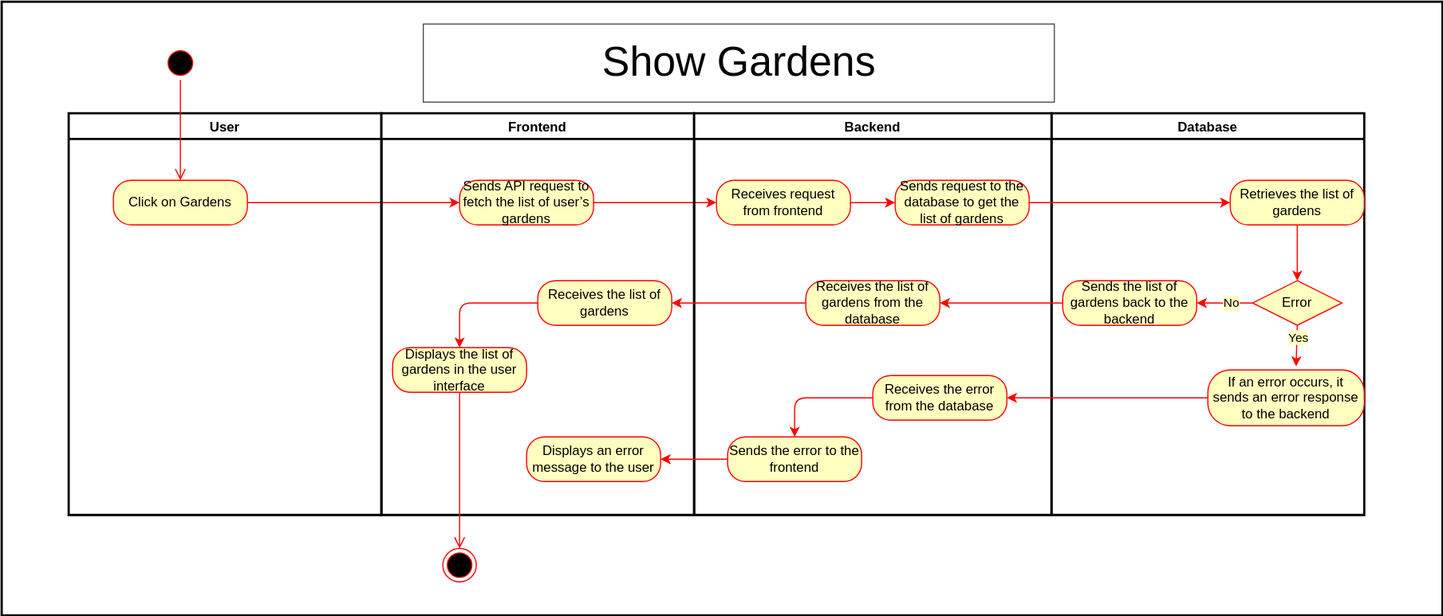
Before: docs/assets/svg/useCaseDiagrams/showGardens.drawio.svg, a diagram exported from draw.io (Green-Fingers-App/gardeningApp). Source tidied: cells renumbered, new cells last; positions are measured from the earlier drawing's top-left corner, leaving out a move shared by most shapes.
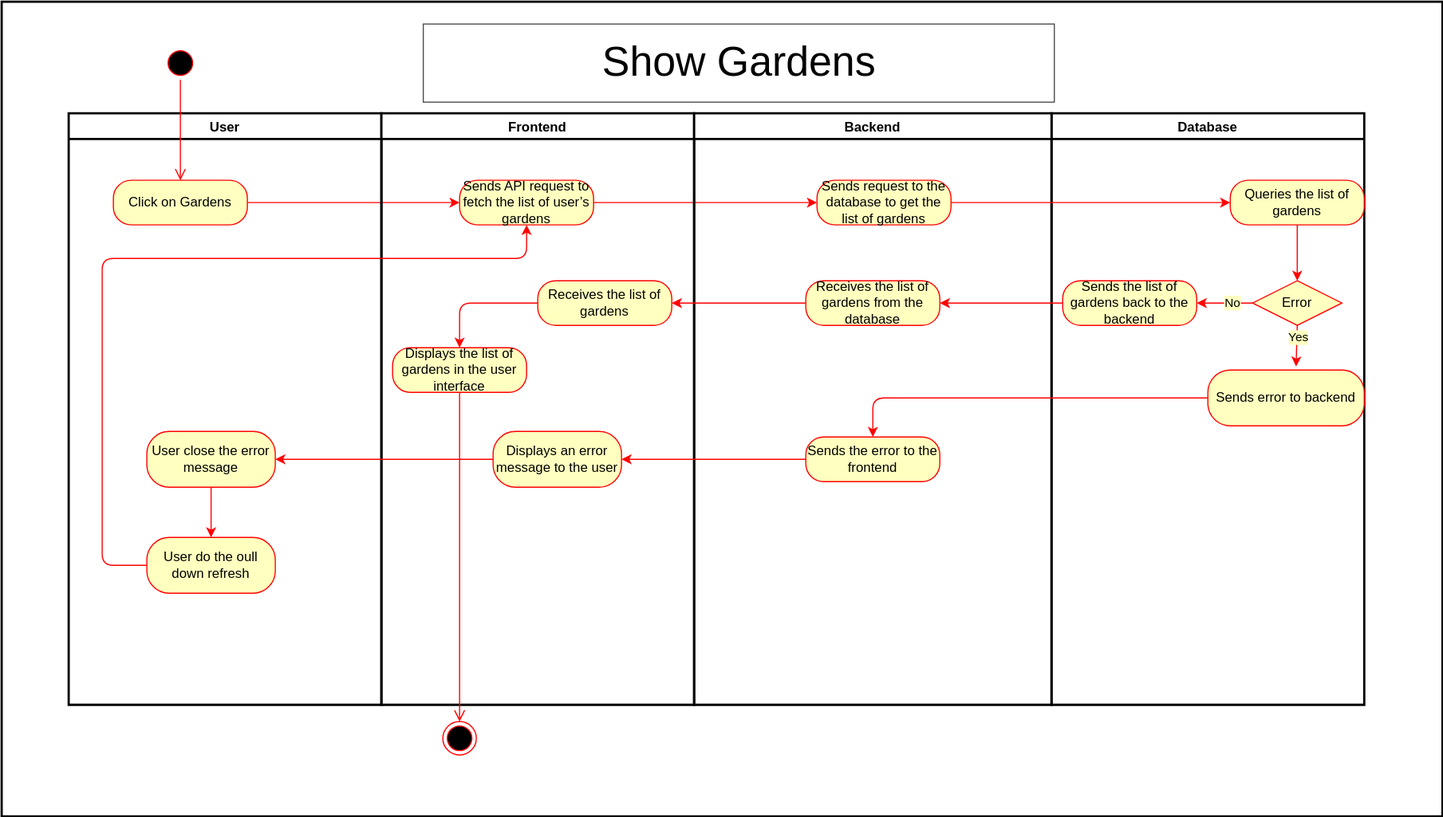
Above is the later version.

Change to the diagram source:
```diff
@@ -3,22 +3,22 @@
     <mxCell id="0" />
     <mxCell id="1" parent="0" />
     <mxCell id="2" style="whiteSpace=wrap;html=1;fillColor=#FFFFFF;strokeColor=#000000;strokeWidth=2;" parent="1" vertex="1">
-      <mxGeometry width="1290" height="550" as="geometry" />
+      <mxGeometry width="1290" height="730" as="geometry" />
     </mxCell>
     <mxCell id="3" style="edgeStyle=none;html=1;exitX=1;exitY=0.5;exitDx=0;exitDy=0;strokeColor=#FF0000;fontColor=#000000;" parent="1" edge="1" source="15" target="5">
       <mxGeometry relative="1" as="geometry" />
     </mxCell>
-    <mxCell id="4" style="edgeStyle=none;html=1;strokeColor=#FF0000;fontColor=#000000;" parent="1" edge="1" source="5" target="24">
+    <mxCell id="4" style="edgeStyle=none;html=1;strokeColor=#FF0000;fontColor=#000000;entryX=0;entryY=0.5;entryDx=0;entryDy=0;" parent="1" edge="1" source="5" target="21">
       <mxGeometry relative="1" as="geometry" />
     </mxCell>
     <mxCell id="5" value="Sends API request &lt;span class=&quot;hljs-keyword&quot;&gt;to&lt;/span&gt; fetch the list &lt;span class=&quot;hljs-keyword&quot;&gt;of&lt;/span&gt; user’s gardens" style="rounded=1;whiteSpace=wrap;html=1;arcSize=40;fontColor=#000000;fillColor=#ffffc0;strokeColor=#ff0000;" parent="1" vertex="1">
       <mxGeometry x="410" y="160" width="120" height="40" as="geometry" />
     </mxCell>
     <mxCell id="6" style="group;" parent="1" vertex="1">
-      <mxGeometry x="60" y="100" width="1160" height="360" as="geometry" />
+      <mxGeometry x="60" y="100" width="1160" height="530" as="geometry" />
     </mxCell>
     <mxCell id="7" value="Database" style="swimlane;strokeColor=#000000;strokeWidth=2;fillColor=#FFFFFF;fontColor=#000000;" parent="6" vertex="1">
-      <mxGeometry x="880" width="280" height="360" as="geometry" />
+      <mxGeometry x="880" width="280" height="530" as="geometry" />
     </mxCell>
     <mxCell id="8" style="edgeStyle=none;html=1;exitX=0;exitY=0.5;exitDx=0;exitDy=0;entryX=1;entryY=0.5;entryDx=0;entryDy=0;strokeColor=#FF0000;fontColor=#000000;" parent="7" edge="1" source="10" target="11">
       <mxGeometry relative="1" as="geometry" />
@@ -32,20 +32,23 @@
     <mxCell id="11" value="Sends the list &lt;span class=&quot;hljs-keyword&quot;&gt;of&lt;/span&gt; gardens back &lt;span class=&quot;hljs-keyword&quot;&gt;to&lt;/span&gt; the backend" style="rounded=1;whiteSpace=wrap;html=1;arcSize=40;fontColor=#000000;fillColor=#ffffc0;strokeColor=#ff0000;" parent="7" vertex="1">
       <mxGeometry x="10" y="150" width="120" height="40" as="geometry" />
     </mxCell>
-    <mxCell id="12" value="Retrieves the list &lt;span class=&quot;hljs-keyword&quot;&gt;of&lt;/span&gt; gardens" style="rounded=1;whiteSpace=wrap;html=1;arcSize=40;fontColor=#000000;fillColor=#ffffc0;strokeColor=#ff0000;" parent="7" vertex="1">
+    <mxCell id="12" value="Queries&amp;nbsp;the list &lt;span class=&quot;hljs-keyword&quot;&gt;of&lt;/span&gt; gardens" style="rounded=1;whiteSpace=wrap;html=1;arcSize=40;fontColor=#000000;fillColor=#ffffc0;strokeColor=#ff0000;" parent="7" vertex="1">
       <mxGeometry x="160" y="60" width="120" height="40" as="geometry" />
     </mxCell>
     <mxCell id="13" style="edgeStyle=none;html=1;exitX=0.5;exitY=1;exitDx=0;exitDy=0;entryX=0.5;entryY=0;entryDx=0;entryDy=0;strokeColor=#FF0000;fontColor=#000000;" parent="7" edge="1" source="12" target="10">
       <mxGeometry relative="1" as="geometry" />
     </mxCell>
     <mxCell id="14" value="User" style="swimlane;strokeColor=#000000;strokeWidth=2;fillColor=#FFFFFF;fontColor=#000000;" parent="6" vertex="1">
-      <mxGeometry width="280" height="360" as="geometry" />
+      <mxGeometry width="280" height="530" as="geometry" />
     </mxCell>
     <mxCell id="15" value="Click on Gardens" style="rounded=1;whiteSpace=wrap;html=1;arcSize=40;fontColor=#000000;fillColor=#ffffc0;strokeColor=#ff0000;" parent="14" vertex="1">
       <mxGeometry x="40" y="60" width="120" height="40" as="geometry" />
     </mxCell>
+    <mxCell id="42" value="User close the error message" style="rounded=1;whiteSpace=wrap;html=1;arcSize=40;fontColor=#000000;fillColor=#ffffc0;strokeColor=#ff0000;" parent="14" vertex="1">
+      <mxGeometry x="70" y="285" width="115" height="50" as="geometry" />
+    </mxCell>
     <mxCell id="16" value="Frontend" style="swimlane;strokeColor=#000000;strokeWidth=2;fillColor=#FFFFFF;fontColor=#000000;" parent="6" vertex="1">
-      <mxGeometry x="280" width="280" height="360" as="geometry" />
+      <mxGeometry x="280" width="280" height="530" as="geometry" />
     </mxCell>
     <mxCell id="17" style="edgeStyle=none;html=1;exitX=0;exitY=0.5;exitDx=0;exitDy=0;entryX=0.5;entryY=0;entryDx=0;entryDy=0;strokeColor=#FF0000;fontColor=#000000;" parent="16" edge="1" source="18" target="19">
       <mxGeometry relative="1" as="geometry">
@@ -60,24 +63,18 @@
     <mxCell id="19" value="Displays the list of gardens in the user interface" style="rounded=1;whiteSpace=wrap;html=1;arcSize=40;fontColor=#000000;fillColor=#ffffc0;strokeColor=#ff0000;" parent="16" vertex="1">
       <mxGeometry x="10" y="210" width="120" height="40" as="geometry" />
     </mxCell>
+    <mxCell id="33" value="Displays an error message to the user" style="rounded=1;whiteSpace=wrap;html=1;arcSize=40;fontColor=#000000;fillColor=#ffffc0;strokeColor=#ff0000;" parent="16" vertex="1">
+      <mxGeometry x="100" y="285" width="115" height="50" as="geometry" />
+    </mxCell>
     <mxCell id="20" value="Backend" style="swimlane;strokeColor=#000000;strokeWidth=2;fillColor=#FFFFFF;fontColor=#000000;" parent="6" vertex="1">
-      <mxGeometry x="560" width="320" height="360" as="geometry" />
+      <mxGeometry x="560" width="320" height="530" as="geometry" />
     </mxCell>
     <mxCell id="21" value="Sends request &lt;span class=&quot;hljs-keyword&quot;&gt;to&lt;/span&gt; the database &lt;span class=&quot;hljs-keyword&quot;&gt;to&lt;/span&gt; &lt;span class=&quot;hljs-keyword&quot;&gt;get&lt;/span&gt; the list &lt;span class=&quot;hljs-keyword&quot;&gt;of&lt;/span&gt; gardens" style="rounded=1;whiteSpace=wrap;html=1;arcSize=40;fontColor=#000000;fillColor=#ffffc0;strokeColor=#ff0000;" parent="20" vertex="1">
-      <mxGeometry x="180" y="60" width="120" height="40" as="geometry" />
+      <mxGeometry x="110" y="60" width="120" height="40" as="geometry" />
     </mxCell>
     <mxCell id="22" value="Receives the list &lt;span class=&quot;hljs-keyword&quot;&gt;of&lt;/span&gt; gardens &lt;span class=&quot;hljs-keyword&quot;&gt;from&lt;/span&gt; the database" style="rounded=1;whiteSpace=wrap;html=1;arcSize=40;fontColor=#000000;fillColor=#ffffc0;strokeColor=#ff0000;" parent="20" vertex="1">
       <mxGeometry x="100" y="150" width="120" height="40" as="geometry" />
     </mxCell>
-    <mxCell id="23" style="edgeStyle=none;html=1;exitX=1;exitY=0.5;exitDx=0;exitDy=0;entryX=0;entryY=0.5;entryDx=0;entryDy=0;strokeColor=#FF0000;fontColor=#000000;" parent="20" edge="1" source="24" target="21">
-      <mxGeometry relative="1" as="geometry" />
-    </mxCell>
-    <mxCell id="24" value="Receives request &lt;span class=&quot;hljs-keyword&quot;&gt;from&lt;/span&gt; frontend" style="rounded=1;whiteSpace=wrap;html=1;arcSize=40;fontColor=#000000;fillColor=#ffffc0;strokeColor=#ff0000;" parent="20" vertex="1">
-      <mxGeometry x="20" y="60" width="120" height="40" as="geometry" />
-    </mxCell>
-    <mxCell id="25" value="Receives the &lt;span class=&quot;hljs-keyword&quot;&gt;error&lt;/span&gt; &lt;span class=&quot;hljs-keyword&quot;&gt;from&lt;/span&gt; the database" style="rounded=1;whiteSpace=wrap;html=1;arcSize=40;fontColor=#000000;fillColor=#ffffc0;strokeColor=#ff0000;" parent="20" vertex="1">
-      <mxGeometry x="160" y="235" width="120" height="40" as="geometry" />
-    </mxCell>
     <mxCell id="26" style="edgeStyle=none;html=1;strokeColor=#FF0000;fontColor=#000000;" parent="6" edge="1" source="22" target="18">
       <mxGeometry relative="1" as="geometry" />
     </mxCell>
@@ -87,28 +84,25 @@
     <mxCell id="28" style="edgeStyle=none;html=1;exitX=0;exitY=0.5;exitDx=0;exitDy=0;strokeColor=#FF0000;fontColor=#000000;" parent="6" edge="1" source="11" target="22">
       <mxGeometry relative="1" as="geometry" />
     </mxCell>
-    <mxCell id="29" style="edgeStyle=none;html=1;exitX=0;exitY=0.5;exitDx=0;exitDy=0;entryX=1;entryY=0.5;entryDx=0;entryDy=0;strokeColor=#FF0000;fontColor=#000000;" parent="1" edge="1" source="30" target="25">
-      <mxGeometry relative="1" as="geometry" />
-    </mxCell>
+    <mxCell id="43" style="edgeStyle=none;html=1;exitX=0;exitY=0.5;exitDx=0;exitDy=0;strokeColor=#FF0000;fontColor=#000000;" parent="6" edge="1" source="33" target="42">
+      <mxGeometry relative="1" as="geometry" />
+    </mxCell>
-    <mxCell id="30" value="&lt;span class=&quot;hljs-keyword&quot;&gt;If&lt;/span&gt; an &lt;span class=&quot;hljs-keyword&quot;&gt;error&lt;/span&gt; occurs, it sends an &lt;span class=&quot;hljs-keyword&quot;&gt;error&lt;/span&gt; response &lt;span class=&quot;hljs-keyword&quot;&gt;to&lt;/span&gt; the backend" style="rounded=1;whiteSpace=wrap;html=1;arcSize=40;fontColor=#000000;fillColor=#ffffc0;strokeColor=#ff0000;" parent="1" vertex="1">
+    <mxCell id="30" value="Sends error to backend" style="rounded=1;whiteSpace=wrap;html=1;arcSize=40;fontColor=#000000;fillColor=#ffffc0;strokeColor=#ff0000;" parent="1" vertex="1">
       <mxGeometry x="1080" y="330" width="140" height="50" as="geometry" />
     </mxCell>
     <mxCell id="31" style="edgeStyle=none;html=1;exitX=0;exitY=0.5;exitDx=0;exitDy=0;strokeColor=#FF0000;fontColor=#000000;" parent="1" edge="1" source="32" target="33">
       <mxGeometry relative="1" as="geometry" />
     </mxCell>
     <mxCell id="32" value="Sends the &lt;span class=&quot;hljs-keyword&quot;&gt;error&lt;/span&gt; &lt;span class=&quot;hljs-keyword&quot;&gt;to&lt;/span&gt; the frontend" style="rounded=1;whiteSpace=wrap;html=1;arcSize=40;fontColor=#000000;fillColor=#ffffc0;strokeColor=#ff0000;" parent="1" vertex="1">
-      <mxGeometry x="650" y="390" width="120" height="40" as="geometry" />
+      <mxGeometry x="720" y="390" width="120" height="40" as="geometry" />
     </mxCell>
-    <mxCell id="33" value="Displays an error message to the user" style="rounded=1;whiteSpace=wrap;html=1;arcSize=40;fontColor=#000000;fillColor=#ffffc0;strokeColor=#ff0000;" parent="1" vertex="1">
-      <mxGeometry x="470" y="390" width="120" height="40" as="geometry" />
-    </mxCell>
     <mxCell id="34" style="edgeStyle=none;html=1;exitX=0.5;exitY=1;exitDx=0;exitDy=0;entryX=0.564;entryY=-0.063;entryDx=0;entryDy=0;entryPerimeter=0;strokeColor=#FF0000;fontColor=#000000;" parent="1" edge="1" source="10" target="30">
       <mxGeometry relative="1" as="geometry" />
     </mxCell>
-    <mxCell id="35" style="edgeStyle=none;html=1;exitX=0;exitY=0.5;exitDx=0;exitDy=0;entryX=0.5;entryY=0;entryDx=0;entryDy=0;strokeColor=#FF0000;fontColor=#000000;" parent="1" edge="1" source="25" target="32">
+    <mxCell id="35" style="edgeStyle=none;html=1;entryX=0.5;entryY=0;entryDx=0;entryDy=0;strokeColor=#FF0000;fontColor=#000000;" parent="1" edge="1" source="30" target="32">
       <mxGeometry relative="1" as="geometry">
         <Array as="points">
-          <mxPoint x="710" y="355" />
+          <mxPoint x="780" y="355" />
         </Array>
       </mxGeometry>
     </mxCell>
@@ -130,10 +124,25 @@
       </mxGeometry>
     </mxCell>
     <mxCell id="40" style="ellipse;html=1;shape=endState;fillColor=#000000;strokeColor=#ff0000;fontColor=#050505;" parent="1" vertex="1">
-      <mxGeometry x="395" y="490" width="30" height="30" as="geometry" />
+      <mxGeometry x="395" y="645" width="30" height="30" as="geometry" />
     </mxCell>
     <mxCell id="41" style="edgeStyle=orthogonalEdgeStyle;html=1;verticalAlign=bottom;endArrow=open;endSize=8;strokeColor=#ff0000;labelBackgroundColor=#FFFFFF;fontColor=#050505;exitX=0.5;exitY=1;exitDx=0;exitDy=0;entryX=0.5;entryY=0;entryDx=0;entryDy=0;" parent="1" edge="1" source="19" target="40">
       <mxGeometry relative="1" as="geometry" />
     </mxCell>
+    <mxCell id="44" value="User do the oull down refresh" style="rounded=1;whiteSpace=wrap;html=1;arcSize=40;fontColor=#000000;fillColor=#ffffc0;strokeColor=#ff0000;" parent="1" vertex="1">
+      <mxGeometry x="130" y="480" width="115" height="50" as="geometry" />
+    </mxCell>
+    <mxCell id="45" style="edgeStyle=none;html=1;exitX=0;exitY=0.5;exitDx=0;exitDy=0;entryX=0.5;entryY=1;entryDx=0;entryDy=0;strokeColor=#FF0000;fontColor=#000000;" parent="1" edge="1" source="44" target="5">
+      <mxGeometry relative="1" as="geometry">
+        <Array as="points">
+          <mxPoint x="90" y="505" />
+          <mxPoint x="90" y="230" />
+          <mxPoint x="470" y="230" />
+        </Array>
+      </mxGeometry>
+    </mxCell>
+    <mxCell id="46" style="edgeStyle=none;html=1;exitX=0.5;exitY=1;exitDx=0;exitDy=0;strokeColor=#FF0000;fontColor=#000000;" parent="1" edge="1" source="42" target="44">
+      <mxGeometry relative="1" as="geometry" />
+    </mxCell>
   </root>
 </mxGraphModel>
```
